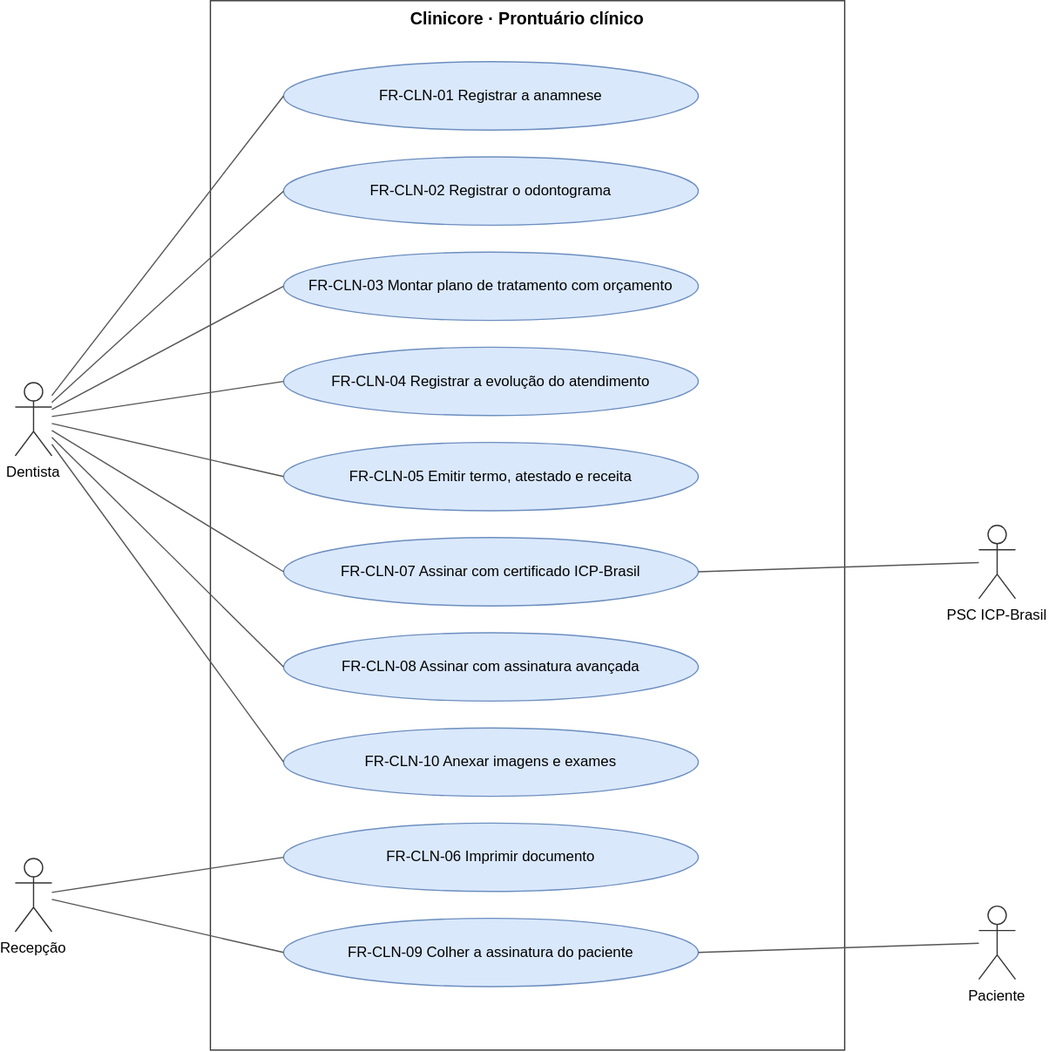
Above: docs/requirements/diagrams/use-cases-clinical-record.drawio.svg in TheoOdawara/clinicore (draw.io), before the change. Source tidied: cells renumbered, new cells last; positions are measured from the earlier drawing's top-left corner, leaving out a move shared by most shapes. Its diagram source:
```xml
<mxGraphModel background="#ffffff">
  <root>
    <mxCell id="0" />
    <mxCell id="1" parent="0" />
    <mxCell id="2" value="Clinicore · Prontuário clínico" style="rounded=0;whiteSpace=wrap;html=0;fillColor=none;strokeColor=#333333;verticalAlign=top;fontStyle=1;fontSize=14;" parent="1" vertex="1">
      <mxGeometry x="160" width="520" height="860" as="geometry" />
    </mxCell>
    <mxCell id="3" value="FR-CLN-01 Registrar a anamnese" style="ellipse;whiteSpace=wrap;html=0;fillColor=#dae8fc;strokeColor=#6c8ebf;fontSize=12;" parent="1" vertex="1">
      <mxGeometry x="220" y="50" width="340" height="56" as="geometry" />
    </mxCell>
    <mxCell id="4" value="FR-CLN-02 Registrar o odontograma" style="ellipse;whiteSpace=wrap;html=0;fillColor=#dae8fc;strokeColor=#6c8ebf;fontSize=12;" parent="1" vertex="1">
      <mxGeometry x="220" y="128" width="340" height="56" as="geometry" />
    </mxCell>
    <mxCell id="5" value="FR-CLN-03 Montar plano de tratamento com orçamento" style="ellipse;whiteSpace=wrap;html=0;fillColor=#dae8fc;strokeColor=#6c8ebf;fontSize=12;" parent="1" vertex="1">
      <mxGeometry x="220" y="206" width="340" height="56" as="geometry" />
    </mxCell>
    <mxCell id="6" value="FR-CLN-04 Registrar a evolução do atendimento" style="ellipse;whiteSpace=wrap;html=0;fillColor=#dae8fc;strokeColor=#6c8ebf;fontSize=12;" parent="1" vertex="1">
      <mxGeometry x="220" y="284" width="340" height="56" as="geometry" />
    </mxCell>
    <mxCell id="7" value="FR-CLN-05 Emitir termo, atestado e receita" style="ellipse;whiteSpace=wrap;html=0;fillColor=#dae8fc;strokeColor=#6c8ebf;fontSize=12;" parent="1" vertex="1">
      <mxGeometry x="220" y="362" width="340" height="56" as="geometry" />
    </mxCell>
    <mxCell id="8" value="FR-CLN-07 Assinar com certificado ICP-Brasil" style="ellipse;whiteSpace=wrap;html=0;fillColor=#dae8fc;strokeColor=#6c8ebf;fontSize=12;" parent="1" vertex="1">
      <mxGeometry x="220" y="440" width="340" height="56" as="geometry" />
    </mxCell>
    <mxCell id="9" value="FR-CLN-08 Assinar com assinatura avançada" style="ellipse;whiteSpace=wrap;html=0;fillColor=#dae8fc;strokeColor=#6c8ebf;fontSize=12;" parent="1" vertex="1">
      <mxGeometry x="220" y="518" width="340" height="56" as="geometry" />
    </mxCell>
    <mxCell id="10" value="FR-CLN-10 Anexar imagens e exames" style="ellipse;whiteSpace=wrap;html=0;fillColor=#dae8fc;strokeColor=#6c8ebf;fontSize=12;" parent="1" vertex="1">
      <mxGeometry x="220" y="596" width="340" height="56" as="geometry" />
    </mxCell>
    <mxCell id="11" value="FR-CLN-06 Imprimir documento" style="ellipse;whiteSpace=wrap;html=0;fillColor=#dae8fc;strokeColor=#6c8ebf;fontSize=12;" parent="1" vertex="1">
      <mxGeometry x="220" y="674" width="340" height="56" as="geometry" />
    </mxCell>
    <mxCell id="12" value="FR-CLN-09 Colher a assinatura do paciente" style="ellipse;whiteSpace=wrap;html=0;fillColor=#dae8fc;strokeColor=#6c8ebf;fontSize=12;" parent="1" vertex="1">
      <mxGeometry x="220" y="752" width="340" height="56" as="geometry" />
    </mxCell>
    <mxCell id="13" value="Dentista" style="shape=umlActor;verticalLabelPosition=bottom;verticalAlign=top;html=0;outlineConnect=0;fillColor=#ffffff;strokeColor=#333333;fontSize=12;" parent="1" vertex="1">
      <mxGeometry y="313" width="30" height="60" as="geometry" />
    </mxCell>
    <mxCell id="14" style="endArrow=none;html=0;strokeColor=#555555;entryX=0;entryY=0.5;entryDx=0;entryDy=0;" parent="1" edge="1" source="13" target="3">
      <mxGeometry relative="1" as="geometry" />
    </mxCell>
    <mxCell id="15" style="endArrow=none;html=0;strokeColor=#555555;entryX=0;entryY=0.5;entryDx=0;entryDy=0;" parent="1" edge="1" source="13" target="4">
      <mxGeometry relative="1" as="geometry" />
    </mxCell>
    <mxCell id="16" style="endArrow=none;html=0;strokeColor=#555555;entryX=0;entryY=0.5;entryDx=0;entryDy=0;" parent="1" edge="1" source="13" target="5">
      <mxGeometry relative="1" as="geometry" />
    </mxCell>
    <mxCell id="17" style="endArrow=none;html=0;strokeColor=#555555;entryX=0;entryY=0.5;entryDx=0;entryDy=0;" parent="1" edge="1" source="13" target="6">
      <mxGeometry relative="1" as="geometry" />
    </mxCell>
    <mxCell id="18" style="endArrow=none;html=0;strokeColor=#555555;entryX=0;entryY=0.5;entryDx=0;entryDy=0;" parent="1" edge="1" source="13" target="7">
      <mxGeometry relative="1" as="geometry" />
    </mxCell>
    <mxCell id="19" style="endArrow=none;html=0;strokeColor=#555555;entryX=0;entryY=0.5;entryDx=0;entryDy=0;" parent="1" edge="1" source="13" target="8">
      <mxGeometry relative="1" as="geometry" />
    </mxCell>
    <mxCell id="20" style="endArrow=none;html=0;strokeColor=#555555;entryX=0;entryY=0.5;entryDx=0;entryDy=0;" parent="1" edge="1" source="13" target="9">
      <mxGeometry relative="1" as="geometry" />
    </mxCell>
    <mxCell id="21" style="endArrow=none;html=0;strokeColor=#555555;entryX=0;entryY=0.5;entryDx=0;entryDy=0;" parent="1" edge="1" source="13" target="10">
      <mxGeometry relative="1" as="geometry" />
    </mxCell>
    <mxCell id="22" value="Recepção" style="shape=umlActor;verticalLabelPosition=bottom;verticalAlign=top;html=0;outlineConnect=0;fillColor=#ffffff;strokeColor=#333333;fontSize=12;" parent="1" vertex="1">
      <mxGeometry y="703" width="30" height="60" as="geometry" />
    </mxCell>
    <mxCell id="23" style="endArrow=none;html=0;strokeColor=#555555;entryX=0;entryY=0.5;entryDx=0;entryDy=0;" parent="1" edge="1" source="22" target="11">
      <mxGeometry relative="1" as="geometry" />
    </mxCell>
    <mxCell id="24" style="endArrow=none;html=0;strokeColor=#555555;entryX=0;entryY=0.5;entryDx=0;entryDy=0;" parent="1" edge="1" source="22" target="12">
      <mxGeometry relative="1" as="geometry" />
    </mxCell>
    <mxCell id="25" value="PSC ICP-Brasil" style="shape=umlActor;verticalLabelPosition=bottom;verticalAlign=top;html=0;outlineConnect=0;fillColor=#ffffff;strokeColor=#333333;fontSize=12;" parent="1" vertex="1">
      <mxGeometry x="790" y="430" width="30" height="60" as="geometry" />
    </mxCell>
    <mxCell id="26" style="endArrow=none;html=0;strokeColor=#555555;entryX=1;entryY=0.5;entryDx=0;entryDy=0;" parent="1" edge="1" source="25" target="8">
      <mxGeometry relative="1" as="geometry" />
    </mxCell>
    <mxCell id="27" value="Paciente" style="shape=umlActor;verticalLabelPosition=bottom;verticalAlign=top;html=0;outlineConnect=0;fillColor=#ffffff;strokeColor=#333333;fontSize=12;" parent="1" vertex="1">
      <mxGeometry x="790" y="742" width="30" height="60" as="geometry" />
    </mxCell>
    <mxCell id="28" style="endArrow=none;html=0;strokeColor=#555555;entryX=1;entryY=0.5;entryDx=0;entryDy=0;" parent="1" edge="1" source="27" target="12">
      <mxGeometry relative="1" as="geometry" />
    </mxCell>
  </root>
</mxGraphModel>
```
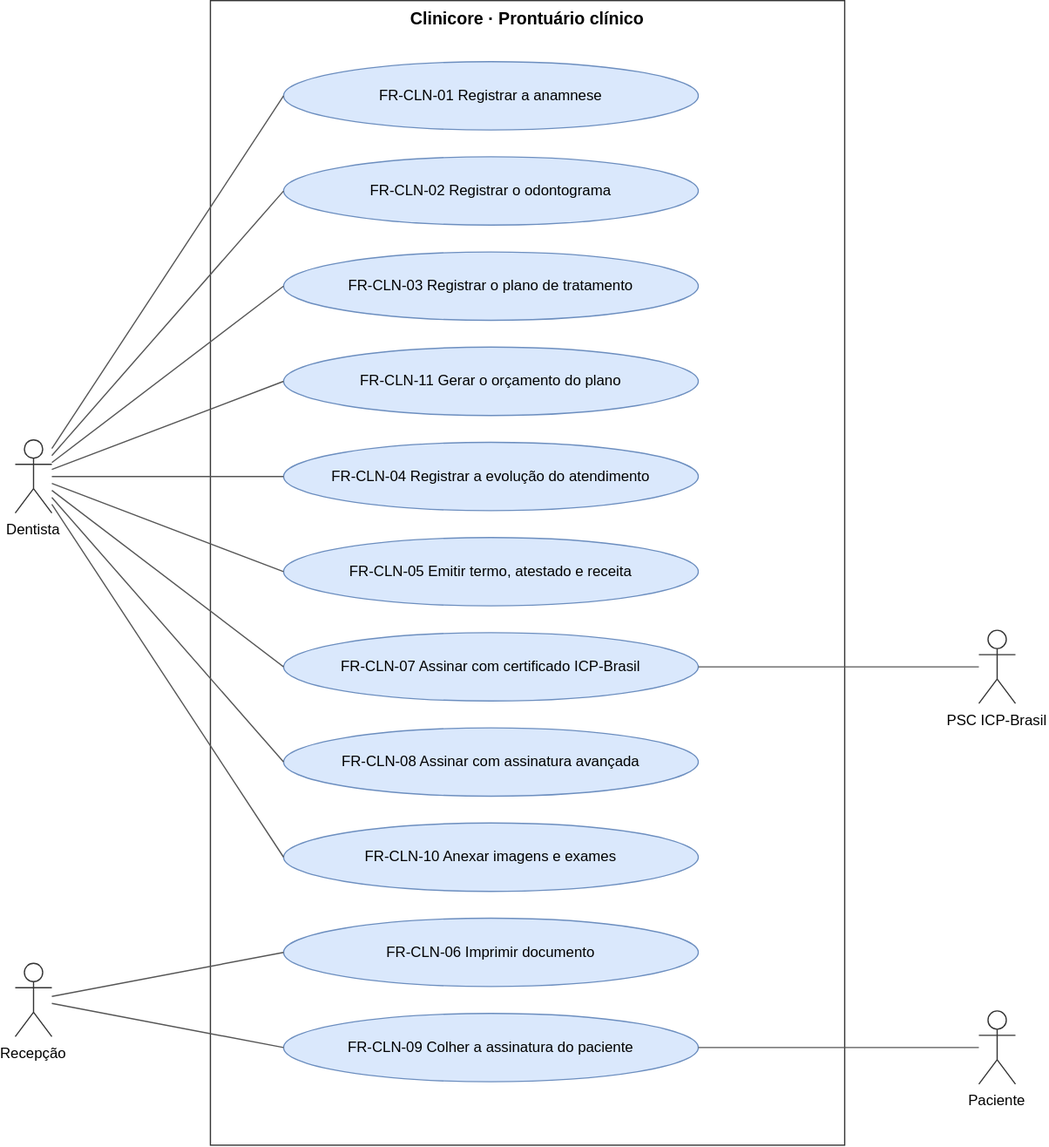
Later version of the same file.

Change to the diagram source:
```diff
@@ -3,7 +3,7 @@
     <mxCell id="0" />
     <mxCell id="1" parent="0" />
     <mxCell id="2" value="Clinicore · Prontuário clínico" style="rounded=0;whiteSpace=wrap;html=0;fillColor=none;strokeColor=#333333;verticalAlign=top;fontStyle=1;fontSize=14;" parent="1" vertex="1">
-      <mxGeometry x="160" width="520" height="860" as="geometry" />
+      <mxGeometry x="160" width="520" height="938" as="geometry" />
     </mxCell>
     <mxCell id="3" value="FR-CLN-01 Registrar a anamnese" style="ellipse;whiteSpace=wrap;html=0;fillColor=#dae8fc;strokeColor=#6c8ebf;fontSize=12;" parent="1" vertex="1">
       <mxGeometry x="220" y="50" width="340" height="56" as="geometry" />
@@ -11,32 +11,32 @@
     <mxCell id="4" value="FR-CLN-02 Registrar o odontograma" style="ellipse;whiteSpace=wrap;html=0;fillColor=#dae8fc;strokeColor=#6c8ebf;fontSize=12;" parent="1" vertex="1">
       <mxGeometry x="220" y="128" width="340" height="56" as="geometry" />
     </mxCell>
-    <mxCell id="5" value="FR-CLN-03 Montar plano de tratamento com orçamento" style="ellipse;whiteSpace=wrap;html=0;fillColor=#dae8fc;strokeColor=#6c8ebf;fontSize=12;" parent="1" vertex="1">
+    <mxCell id="5" value="FR-CLN-03 Registrar o plano de tratamento" style="ellipse;whiteSpace=wrap;html=0;fillColor=#dae8fc;strokeColor=#6c8ebf;fontSize=12;" parent="1" vertex="1">
       <mxGeometry x="220" y="206" width="340" height="56" as="geometry" />
     </mxCell>
     <mxCell id="6" value="FR-CLN-04 Registrar a evolução do atendimento" style="ellipse;whiteSpace=wrap;html=0;fillColor=#dae8fc;strokeColor=#6c8ebf;fontSize=12;" parent="1" vertex="1">
-      <mxGeometry x="220" y="284" width="340" height="56" as="geometry" />
+      <mxGeometry x="220" y="362" width="340" height="56" as="geometry" />
     </mxCell>
     <mxCell id="7" value="FR-CLN-05 Emitir termo, atestado e receita" style="ellipse;whiteSpace=wrap;html=0;fillColor=#dae8fc;strokeColor=#6c8ebf;fontSize=12;" parent="1" vertex="1">
-      <mxGeometry x="220" y="362" width="340" height="56" as="geometry" />
+      <mxGeometry x="220" y="440" width="340" height="56" as="geometry" />
     </mxCell>
     <mxCell id="8" value="FR-CLN-07 Assinar com certificado ICP-Brasil" style="ellipse;whiteSpace=wrap;html=0;fillColor=#dae8fc;strokeColor=#6c8ebf;fontSize=12;" parent="1" vertex="1">
-      <mxGeometry x="220" y="440" width="340" height="56" as="geometry" />
+      <mxGeometry x="220" y="518" width="340" height="56" as="geometry" />
     </mxCell>
     <mxCell id="9" value="FR-CLN-08 Assinar com assinatura avançada" style="ellipse;whiteSpace=wrap;html=0;fillColor=#dae8fc;strokeColor=#6c8ebf;fontSize=12;" parent="1" vertex="1">
-      <mxGeometry x="220" y="518" width="340" height="56" as="geometry" />
+      <mxGeometry x="220" y="596" width="340" height="56" as="geometry" />
     </mxCell>
     <mxCell id="10" value="FR-CLN-10 Anexar imagens e exames" style="ellipse;whiteSpace=wrap;html=0;fillColor=#dae8fc;strokeColor=#6c8ebf;fontSize=12;" parent="1" vertex="1">
-      <mxGeometry x="220" y="596" width="340" height="56" as="geometry" />
+      <mxGeometry x="220" y="674" width="340" height="56" as="geometry" />
     </mxCell>
     <mxCell id="11" value="FR-CLN-06 Imprimir documento" style="ellipse;whiteSpace=wrap;html=0;fillColor=#dae8fc;strokeColor=#6c8ebf;fontSize=12;" parent="1" vertex="1">
-      <mxGeometry x="220" y="674" width="340" height="56" as="geometry" />
+      <mxGeometry x="220" y="752" width="340" height="56" as="geometry" />
     </mxCell>
     <mxCell id="12" value="FR-CLN-09 Colher a assinatura do paciente" style="ellipse;whiteSpace=wrap;html=0;fillColor=#dae8fc;strokeColor=#6c8ebf;fontSize=12;" parent="1" vertex="1">
-      <mxGeometry x="220" y="752" width="340" height="56" as="geometry" />
+      <mxGeometry x="220" y="830" width="340" height="56" as="geometry" />
     </mxCell>
     <mxCell id="13" value="Dentista" style="shape=umlActor;verticalLabelPosition=bottom;verticalAlign=top;html=0;outlineConnect=0;fillColor=#ffffff;strokeColor=#333333;fontSize=12;" parent="1" vertex="1">
-      <mxGeometry y="313" width="30" height="60" as="geometry" />
+      <mxGeometry y="360" width="30" height="60" as="geometry" />
     </mxCell>
     <mxCell id="14" style="endArrow=none;html=0;strokeColor=#555555;entryX=0;entryY=0.5;entryDx=0;entryDy=0;" parent="1" edge="1" source="13" target="3">
       <mxGeometry relative="1" as="geometry" />
@@ -63,7 +63,7 @@
       <mxGeometry relative="1" as="geometry" />
     </mxCell>
     <mxCell id="22" value="Recepção" style="shape=umlActor;verticalLabelPosition=bottom;verticalAlign=top;html=0;outlineConnect=0;fillColor=#ffffff;strokeColor=#333333;fontSize=12;" parent="1" vertex="1">
-      <mxGeometry y="703" width="30" height="60" as="geometry" />
+      <mxGeometry y="789" width="30" height="60" as="geometry" />
     </mxCell>
     <mxCell id="23" style="endArrow=none;html=0;strokeColor=#555555;entryX=0;entryY=0.5;entryDx=0;entryDy=0;" parent="1" edge="1" source="22" target="11">
       <mxGeometry relative="1" as="geometry" />
@@ -72,16 +72,22 @@
       <mxGeometry relative="1" as="geometry" />
     </mxCell>
     <mxCell id="25" value="PSC ICP-Brasil" style="shape=umlActor;verticalLabelPosition=bottom;verticalAlign=top;html=0;outlineConnect=0;fillColor=#ffffff;strokeColor=#333333;fontSize=12;" parent="1" vertex="1">
-      <mxGeometry x="790" y="430" width="30" height="60" as="geometry" />
+      <mxGeometry x="790" y="516" width="30" height="60" as="geometry" />
     </mxCell>
     <mxCell id="26" style="endArrow=none;html=0;strokeColor=#555555;entryX=1;entryY=0.5;entryDx=0;entryDy=0;" parent="1" edge="1" source="25" target="8">
       <mxGeometry relative="1" as="geometry" />
     </mxCell>
     <mxCell id="27" value="Paciente" style="shape=umlActor;verticalLabelPosition=bottom;verticalAlign=top;html=0;outlineConnect=0;fillColor=#ffffff;strokeColor=#333333;fontSize=12;" parent="1" vertex="1">
-      <mxGeometry x="790" y="742" width="30" height="60" as="geometry" />
+      <mxGeometry x="790" y="828" width="30" height="60" as="geometry" />
     </mxCell>
     <mxCell id="28" style="endArrow=none;html=0;strokeColor=#555555;entryX=1;entryY=0.5;entryDx=0;entryDy=0;" parent="1" edge="1" source="27" target="12">
       <mxGeometry relative="1" as="geometry" />
     </mxCell>
+    <mxCell id="29" value="FR-CLN-11 Gerar o orçamento do plano" style="ellipse;whiteSpace=wrap;html=0;fillColor=#dae8fc;strokeColor=#6c8ebf;fontSize=12;" parent="1" vertex="1">
+      <mxGeometry x="220" y="284" width="340" height="56" as="geometry" />
+    </mxCell>
+    <mxCell id="30" style="endArrow=none;html=0;strokeColor=#555555;entryX=0;entryY=0.5;entryDx=0;entryDy=0;" parent="1" edge="1" source="13" target="29">
+      <mxGeometry relative="1" as="geometry" />
+    </mxCell>
   </root>
 </mxGraphModel>
```
